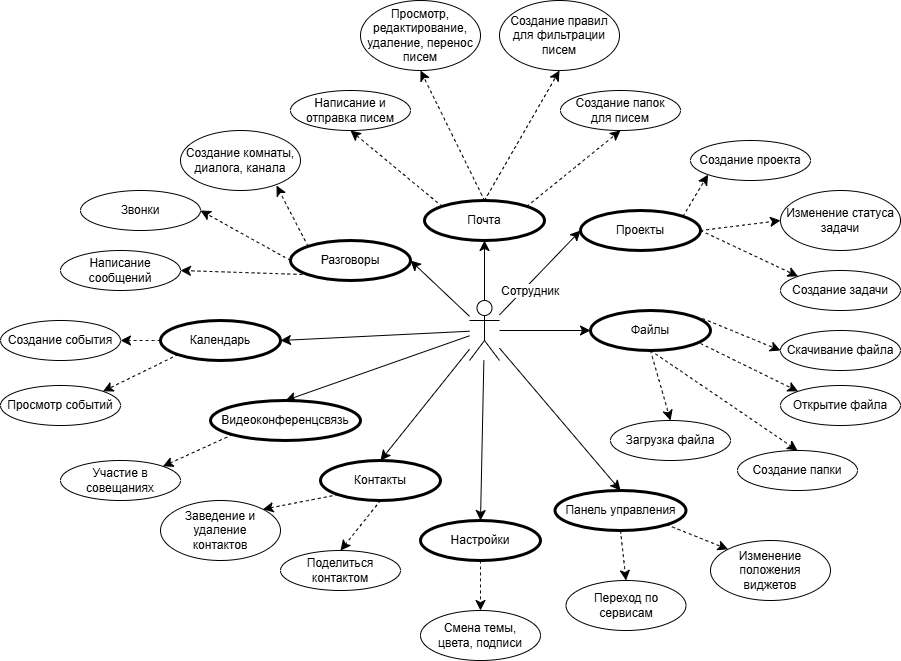
The draw.io diagram images/umldi.png in toffuffee/latex-praktika, before a commit. Source tidied: cells renumbered, new cells last; positions are measured from the earlier drawing's top-left corner, leaving out a move shared by most shapes.
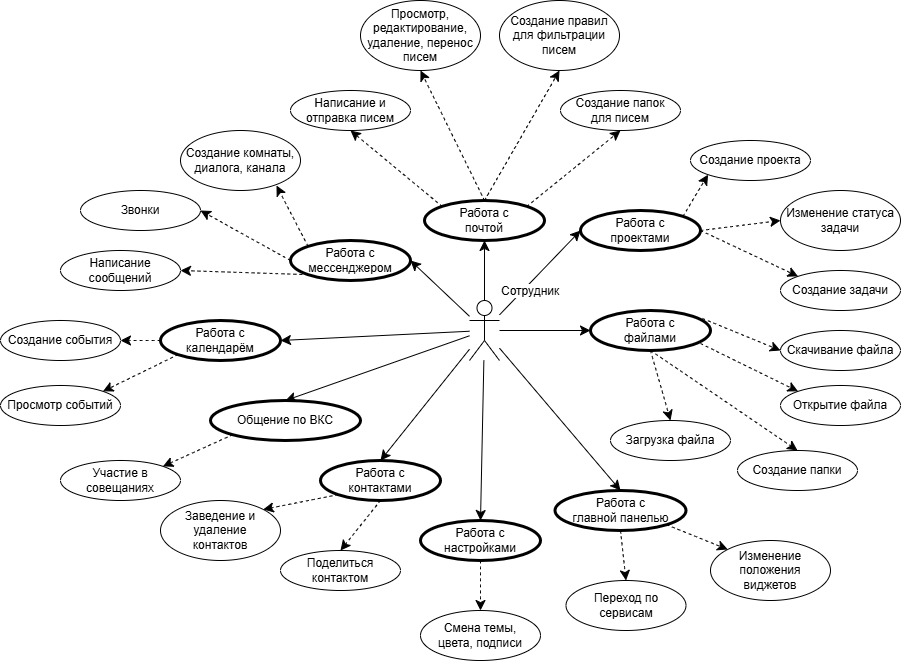
Above is the later version.

Commit message:
feat: Исправил диаграмму прецедентов, исправил списки в пункте 2.3

Change to the diagram source:
```diff
@@ -35,7 +35,7 @@
     <mxCell id="12" style="edgeStyle=none;curved=1;rounded=0;jettySize=auto;html=1;exitX=0;exitY=0;exitDx=0;exitDy=0;entryX=0.5;entryY=1;entryDx=0;entryDy=0;fontSize=12;startSize=8;endSize=8;dashed=1;labelPosition=center;verticalLabelPosition=bottom;align=center;verticalAlign=top;horizontal=0;" parent="1" edge="1" source="13" target="14">
       <mxGeometry relative="1" as="geometry" />
     </mxCell>
-    <mxCell id="13" value="Почта" style="ellipse;whiteSpace=wrap;html=1;strokeWidth=3;" parent="1" vertex="1">
+    <mxCell id="13" value="Работа с&lt;br&gt;почтой" style="ellipse;whiteSpace=wrap;html=1;strokeWidth=3;" parent="1" vertex="1">
       <mxGeometry x="424" y="200" width="120" height="40" as="geometry" />
     </mxCell>
     <mxCell id="14" value="Написание и отправка писем" style="ellipse;whiteSpace=wrap;html=1;" parent="1" vertex="1">
@@ -59,7 +59,7 @@
     <mxCell id="20" style="edgeStyle=none;curved=1;rounded=0;jettySize=auto;html=1;entryX=0.5;entryY=1;entryDx=0;entryDy=0;fontSize=12;startSize=8;endSize=8;dashed=1;labelPosition=center;verticalLabelPosition=bottom;align=center;verticalAlign=top;horizontal=0;exitX=0.5;exitY=0;exitDx=0;exitDy=0;" parent="1" edge="1" source="13" target="19">
       <mxGeometry relative="1" as="geometry" />
     </mxCell>
-    <mxCell id="21" value="Разговоры" style="ellipse;whiteSpace=wrap;html=1;strokeWidth=3;" parent="1" vertex="1">
+    <mxCell id="21" value="Работа с&lt;br&gt;мессенджером" style="ellipse;whiteSpace=wrap;html=1;strokeWidth=3;" parent="1" vertex="1">
       <mxGeometry x="290" y="240" width="120" height="40" as="geometry" />
     </mxCell>
     <mxCell id="22" value="Создание комнаты, диалога, канала" style="ellipse;whiteSpace=wrap;html=1;" parent="1" vertex="1">
@@ -80,7 +80,7 @@
     <mxCell id="27" style="edgeStyle=none;curved=1;rounded=0;jettySize=auto;html=1;entryX=1;entryY=0.5;entryDx=0;entryDy=0;fontSize=12;startSize=8;endSize=8;dashed=1;labelPosition=center;verticalLabelPosition=bottom;align=center;verticalAlign=top;horizontal=0;exitX=0;exitY=1;exitDx=0;exitDy=0;" parent="1" edge="1" source="21" target="24">
       <mxGeometry relative="1" as="geometry" />
     </mxCell>
-    <mxCell id="28" value="Проекты" style="ellipse;whiteSpace=wrap;html=1;strokeWidth=3;" parent="1" vertex="1">
+    <mxCell id="28" value="Работа с&lt;br&gt;проектами" style="ellipse;whiteSpace=wrap;html=1;strokeWidth=3;" parent="1" vertex="1">
       <mxGeometry x="580" y="210" width="120" height="40" as="geometry" />
     </mxCell>
     <mxCell id="29" value="Создание проекта" style="ellipse;whiteSpace=wrap;html=1;" parent="1" vertex="1">
@@ -101,7 +101,7 @@
     <mxCell id="34" style="edgeStyle=none;curved=1;rounded=0;jettySize=auto;html=1;exitX=1;exitY=0.5;exitDx=0;exitDy=0;entryX=0;entryY=0.5;entryDx=0;entryDy=0;fontSize=12;startSize=8;endSize=8;dashed=1;labelPosition=center;verticalLabelPosition=bottom;align=center;verticalAlign=top;horizontal=0;" parent="1" edge="1" source="28" target="33">
       <mxGeometry relative="1" as="geometry" />
     </mxCell>
-    <mxCell id="35" value="Календарь" style="ellipse;whiteSpace=wrap;html=1;strokeWidth=3;" parent="1" vertex="1">
+    <mxCell id="35" value="Работа с&lt;br&gt;календарём" style="ellipse;whiteSpace=wrap;html=1;strokeWidth=3;" parent="1" vertex="1">
       <mxGeometry x="160" y="320" width="120" height="40" as="geometry" />
     </mxCell>
     <mxCell id="36" value="Создание события" style="ellipse;whiteSpace=wrap;html=1;" parent="1" vertex="1">
@@ -116,7 +116,7 @@
     <mxCell id="39" style="edgeStyle=none;curved=1;rounded=0;jettySize=auto;html=1;entryX=1;entryY=0;entryDx=0;entryDy=0;fontSize=12;startSize=8;endSize=8;dashed=1;labelPosition=center;verticalLabelPosition=bottom;align=center;verticalAlign=top;horizontal=0;exitX=0;exitY=1;exitDx=0;exitDy=0;" parent="1" edge="1" source="35" target="38">
       <mxGeometry relative="1" as="geometry" />
     </mxCell>
-    <mxCell id="40" value="Видеоконференцсвязь" style="ellipse;whiteSpace=wrap;html=1;strokeWidth=3;" parent="1" vertex="1">
+    <mxCell id="40" value="Общение по ВКС" style="ellipse;whiteSpace=wrap;html=1;strokeWidth=3;" parent="1" vertex="1">
       <mxGeometry x="210" y="400" width="150" height="40" as="geometry" />
     </mxCell>
     <mxCell id="41" value="Участие в совещаниях" style="ellipse;whiteSpace=wrap;html=1;" parent="1" vertex="1">
@@ -125,7 +125,7 @@
     <mxCell id="42" style="edgeStyle=none;curved=1;rounded=0;jettySize=auto;html=1;entryX=1;entryY=0;entryDx=0;entryDy=0;fontSize=12;startSize=8;endSize=8;dashed=1;labelPosition=center;verticalLabelPosition=bottom;align=center;verticalAlign=top;horizontal=0;exitX=0;exitY=1;exitDx=0;exitDy=0;" parent="1" edge="1" source="40" target="41">
       <mxGeometry relative="1" as="geometry" />
     </mxCell>
-    <mxCell id="43" value="Файлы" style="ellipse;whiteSpace=wrap;html=1;strokeWidth=3;" parent="1" vertex="1">
+    <mxCell id="43" value="Работа с&lt;br&gt;файлами" style="ellipse;whiteSpace=wrap;html=1;strokeWidth=3;" parent="1" vertex="1">
       <mxGeometry x="590" y="310" width="120" height="40" as="geometry" />
     </mxCell>
     <mxCell id="44" value="Загрузка файла" style="ellipse;whiteSpace=wrap;html=1;strokeWidth=1;" parent="1" vertex="1">
@@ -152,7 +152,7 @@
     <mxCell id="51" style="edgeStyle=none;curved=1;rounded=0;jettySize=auto;html=1;entryX=0;entryY=0.5;entryDx=0;entryDy=0;fontSize=12;startSize=8;endSize=8;dashed=1;labelPosition=center;verticalLabelPosition=bottom;align=center;verticalAlign=top;horizontal=0;exitX=0.933;exitY=0.2;exitDx=0;exitDy=0;exitPerimeter=0;" parent="1" edge="1" source="43" target="47">
       <mxGeometry relative="1" as="geometry" />
     </mxCell>
-    <mxCell id="52" value="Контакты" style="ellipse;whiteSpace=wrap;html=1;strokeWidth=3;" parent="1" vertex="1">
+    <mxCell id="52" value="Работа с &lt;br&gt;контактами" style="ellipse;whiteSpace=wrap;html=1;strokeWidth=3;" parent="1" vertex="1">
       <mxGeometry x="320" y="460" width="120" height="40" as="geometry" />
     </mxCell>
     <mxCell id="53" value="Заведение и удаление &lt;br&gt;контактов" style="ellipse;whiteSpace=wrap;html=1;" parent="1" vertex="1">
@@ -167,13 +167,13 @@
     <mxCell id="56" style="edgeStyle=none;curved=1;rounded=0;jettySize=auto;html=1;entryX=0.5;entryY=0;entryDx=0;entryDy=0;fontSize=12;startSize=8;endSize=8;dashed=1;labelPosition=center;verticalLabelPosition=bottom;align=center;verticalAlign=top;horizontal=0;exitX=0.5;exitY=1;exitDx=0;exitDy=0;" parent="1" edge="1" source="52" target="55">
       <mxGeometry relative="1" as="geometry" />
     </mxCell>
-    <mxCell id="57" value="Настройки" style="ellipse;whiteSpace=wrap;html=1;strokeWidth=3;" parent="1" vertex="1">
+    <mxCell id="57" value="Работа с&lt;br&gt;настройками" style="ellipse;whiteSpace=wrap;html=1;strokeWidth=3;" parent="1" vertex="1">
       <mxGeometry x="420" y="520" width="120" height="40" as="geometry" />
     </mxCell>
     <mxCell id="58" value="Смена темы, &lt;br&gt;цвета, подписи" style="ellipse;whiteSpace=wrap;html=1;" parent="1" vertex="1">
       <mxGeometry x="420" y="610" width="120" height="50" as="geometry" />
     </mxCell>
-    <mxCell id="59" value="Панель управления" style="ellipse;whiteSpace=wrap;html=1;strokeWidth=3;" parent="1" vertex="1">
+    <mxCell id="59" value="Работа с&lt;br&gt;главной панелью" style="ellipse;whiteSpace=wrap;html=1;strokeWidth=3;" parent="1" vertex="1">
       <mxGeometry x="554.5" y="490" width="131" height="40" as="geometry" />
     </mxCell>
     <mxCell id="60" style="edgeStyle=none;curved=1;rounded=0;jettySize=auto;html=1;entryX=0.5;entryY=0;entryDx=0;entryDy=0;fontSize=12;startSize=8;endSize=8;dashed=1;labelPosition=center;verticalLabelPosition=bottom;align=center;verticalAlign=top;horizontal=0;exitX=0.5;exitY=1;exitDx=0;exitDy=0;" parent="1" edge="1" source="57" target="58">
```
